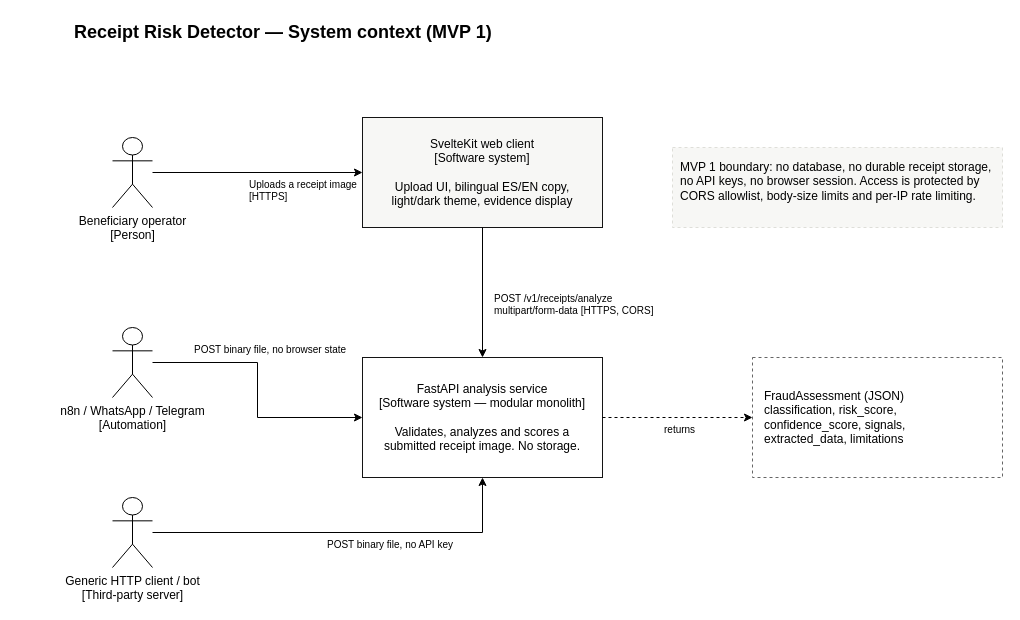
montesgp/receipt-risk-detector keeps this draw.io diagram as docs/diagrams/system-context.drawio. Above is the earlier version. Source tidied: cells renumbered, new cells numbered last; positions are measured from the earlier drawing's top-left corner, leaving out a move shared by most shapes. Both pictures are drawn from the tidied source at 100%, with x=0, y=0 at pixel (72, 17).
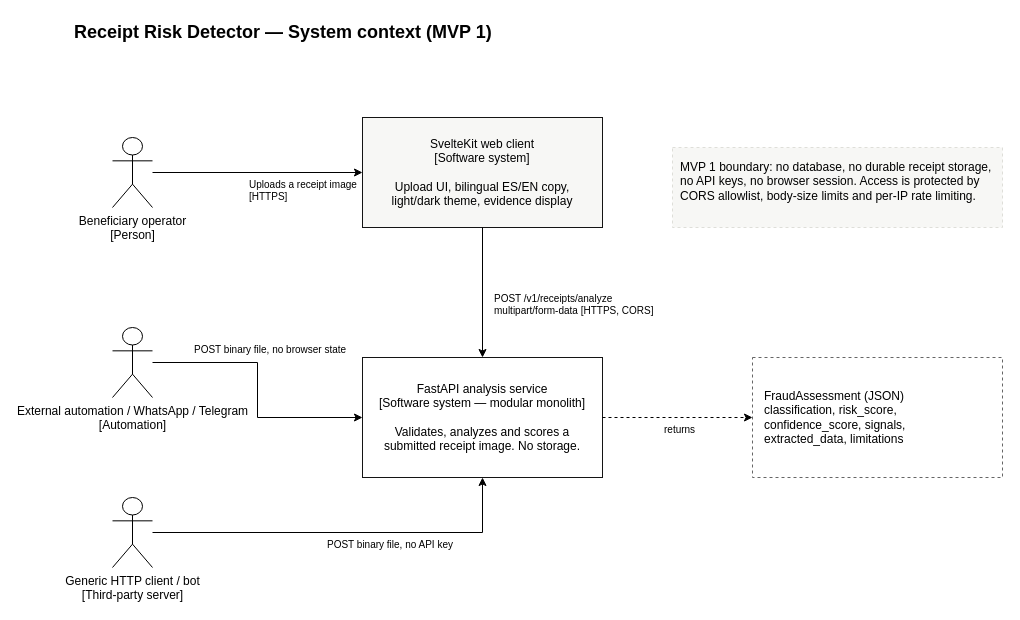
Above is the later version.

Commit message (it also covers changes not shown here):
docs: remove n8n-specific wording, use generic external-client language (#38)

What changed in the source:
```diff
@@
-    <mxCell id="4" value="n8n / WhatsApp / Telegram&#10;[Automation]" style="shape=umlActor;verticalLabelPosition=bottom;verticalAlign=top;html=1;outlineConnect=0;" parent="1" vertex="1">
+    <mxCell id="4" value="External automation / WhatsApp / Telegram&#10;[Automation]" style="shape=umlActor;verticalLabelPosition=bottom;verticalAlign=top;html=1;outlineConnect=0;" parent="1" vertex="1">
       <mxGeometry x="40" y="310" width="40" height="70" as="geometry" />
     </mxCell>
```
